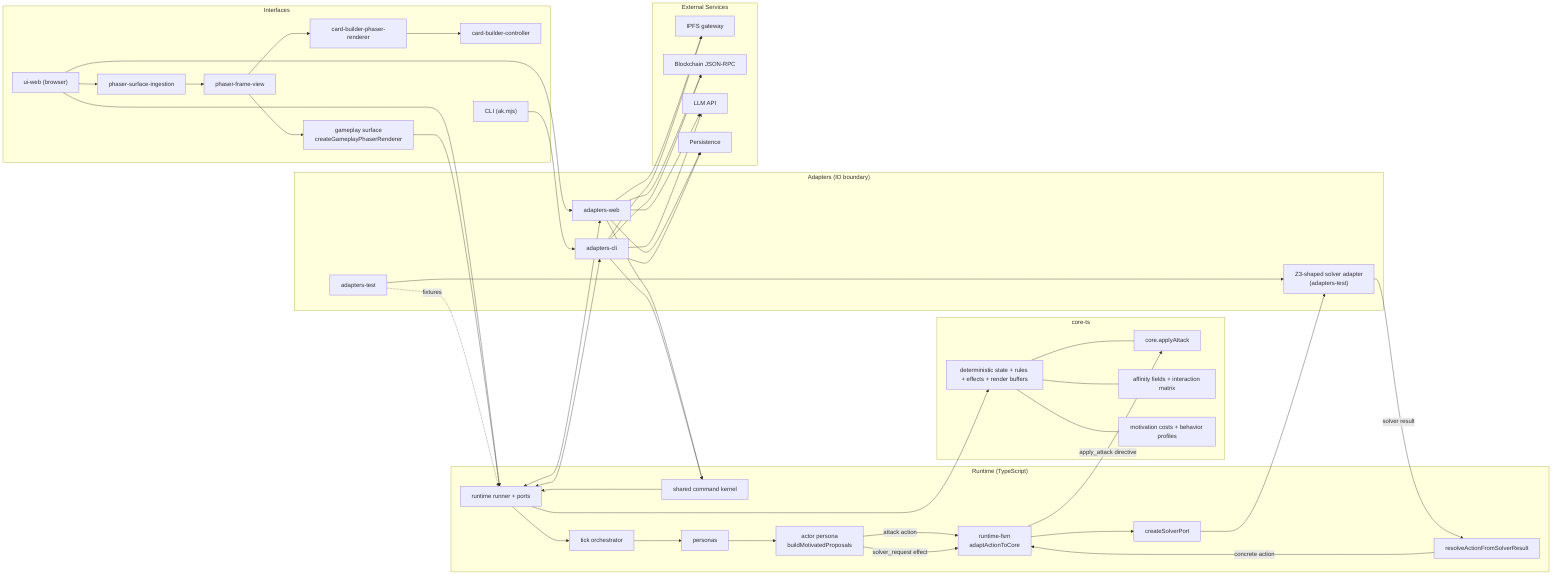
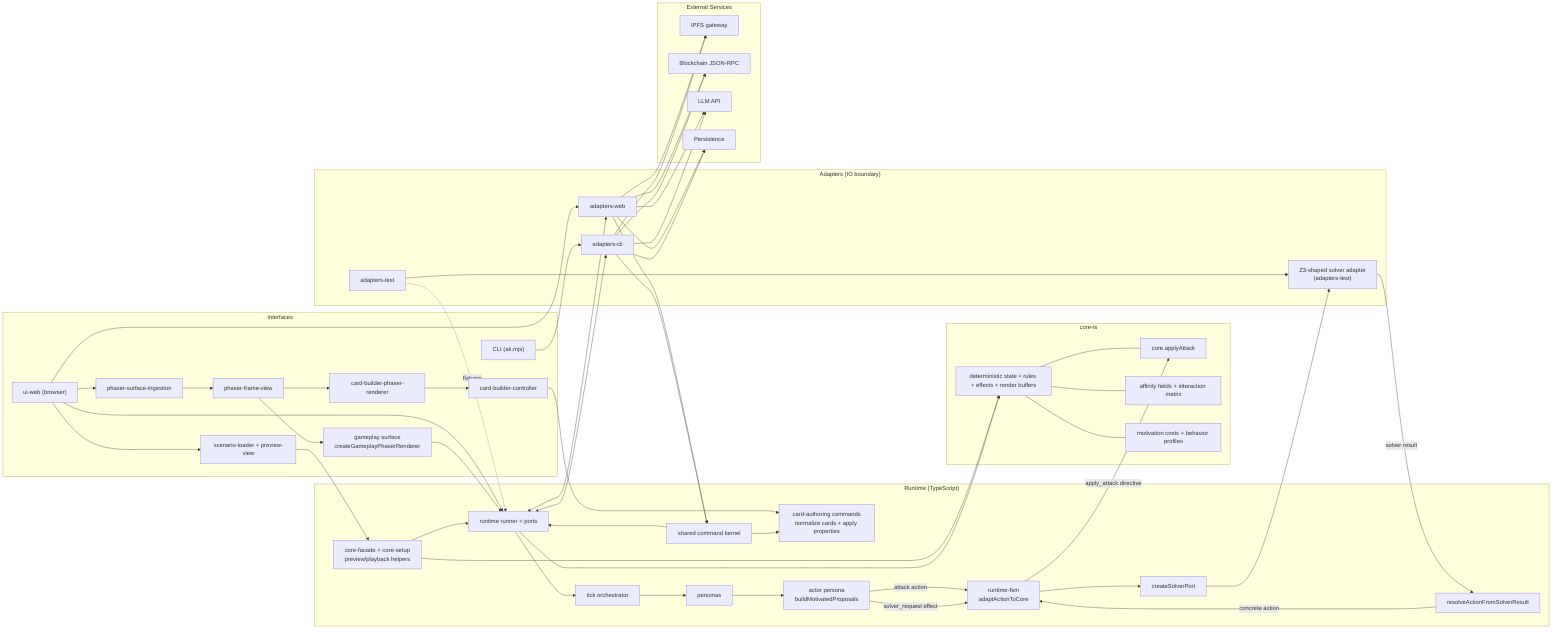
%% Architecture overview (Ports & Adapters)
flowchart LR
  subgraph Interfaces["Interfaces"]
    UIWeb["ui-web (browser)"]
    PhaserFrame["phaser-frame-view"]
    CardBuilderRenderer["card-builder-phaser-renderer"]
    CardBuilderController["card-builder-controller"]
    GameplaySurface["gameplay surface\ncreateGameplayPhaserRenderer"]
    PhaserIngestion["phaser-surface-ingestion"]
+     ScenarioLoader["scenario-loader + preview-view"]
    CLI["CLI (ak.mjs)"]
  end

  subgraph Runtime["Runtime (TypeScript)"]
    CommandKernel["shared command kernel"]
+     CardAuthoring["card-authoring commands\nnormalize cards + apply properties"]
    RuntimePorts["runtime runner + ports"]
+     CoreFacade["core-facade + core-setup\npreview/playback helpers"]
    TickOrch["tick orchestrator"]
    Personas["personas"]
    ActorPersona["actor persona\nbuildMotivatedProposals"]
    RuntimeFSM["runtime-fsm\nadaptActionToCore"]
    SolverPort["createSolverPort"]
    SolverResolver["resolveActionFromSolverResult"]
  end

  subgraph Core["core-ts"]
    CoreEngine["deterministic state + rules + effects + render buffers"]
    CombatCore["core.applyAttack"]
    AffinityCore["affinity fields + interaction matrix"]
    MotivationCore["motivation costs + behavior profiles"]
    CoreEngine --- AffinityCore
    CoreEngine --- MotivationCore
    CoreEngine --- CombatCore
  end

  subgraph Adapters["Adapters (IO boundary)"]
    AWeb["adapters-web"]
    ACli["adapters-cli"]
    ATest["adapters-test"]
    Z3Adapter["Z3-shaped solver adapter\n(adapters-test)"]
  end

  subgraph External["External Services"]
    IPFS["IPFS gateway"]
    Chain["Blockchain JSON-RPC"]
    LLM["LLM API"]
    Storage["Persistence"]
  end

  UIWeb --> RuntimePorts
  UIWeb --> AWeb
  UIWeb --> PhaserIngestion
  PhaserIngestion --> PhaserFrame
  PhaserFrame --> CardBuilderRenderer
  CardBuilderRenderer --> CardBuilderController
+   CardBuilderController --> CardAuthoring
  PhaserFrame --> GameplaySurface
  GameplaySurface --> RuntimePorts
+   ScenarioLoader --> CoreFacade
+   UIWeb --> ScenarioLoader
  CLI --> ACli
  AWeb --> CommandKernel
  ACli --> CommandKernel
+   CommandKernel --> CardAuthoring
  CommandKernel --> RuntimePorts
+   CoreFacade --> RuntimePorts
+   CoreFacade --> CoreEngine
  RuntimePorts --> TickOrch
  TickOrch --> Personas
  RuntimePorts --> CoreEngine
  Personas --> ActorPersona
  ActorPersona -- "attack action" --> RuntimeFSM
  RuntimeFSM -- "apply_attack directive" --> CombatCore
  ActorPersona -- "solver_request effect" --> RuntimeFSM
  RuntimeFSM --> SolverPort
  SolverPort --> Z3Adapter
  Z3Adapter -- "solver result" --> SolverResolver
  SolverResolver -- "concrete action" --> RuntimeFSM

  RuntimePorts <--> AWeb
  RuntimePorts <--> ACli
  ATest -.fixtures.-> RuntimePorts
  ATest --> Z3Adapter

  AWeb --> IPFS
  AWeb --> Chain
  AWeb --> LLM
  AWeb --> Storage
  ACli --> IPFS
  ACli --> Chain
  ACli --> LLM
  ACli --> Storage
